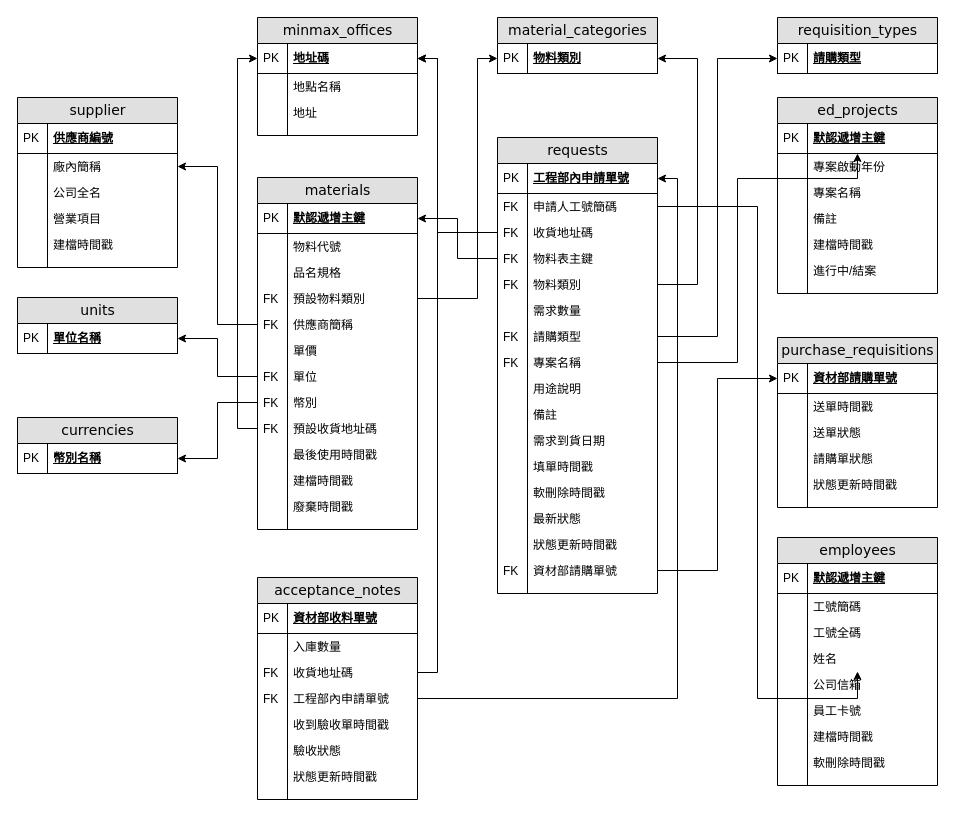
The draw.io diagram ERD.drawio in funwilliam/PurchasePilot, before the edit. Source tidied: cells renumbered, new cells numbered last; positions are measured from the earlier drawing's top-left corner, leaving out a move shared by most shapes. Both pictures are drawn from the tidied source at 100%, with x=0, y=0 at pixel (17, 17).
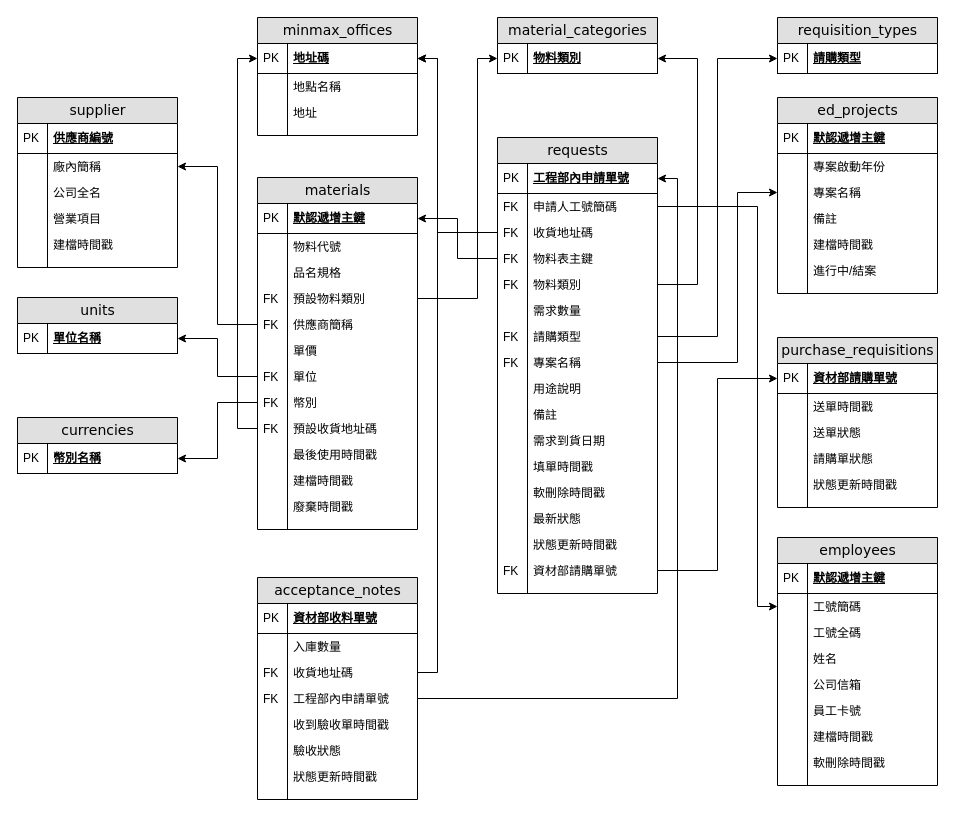
The same diagram, later.

The change refers to these unchanged cells:
```xml
<mxCell id="12" value="默認遞增主鍵" style="shape=partialRectangle;top=0;left=0;right=0;bottom=1;html=1;align=left;verticalAlign=middle;fillColor=none;spacingLeft=34;spacingRight=4;whiteSpace=wrap;overflow=hidden;points=[[0,0.5],[1,0.5]];portConstraint=eastwest;fontStyle=5;" parent="11" vertex="1">
  <mxGeometry y="26" width="160" height="30" as="geometry" />
</mxCell>
<mxCell id="16" value="專案名稱" style="shape=partialRectangle;top=0;left=0;right=0;bottom=0;html=1;align=left;verticalAlign=top;fillColor=none;spacingLeft=34;spacingRight=4;whiteSpace=wrap;overflow=hidden;points=[[0,0.5],[1,0.5]];portConstraint=eastwest;" parent="11" vertex="1">
  <mxGeometry y="82" width="160" height="26" as="geometry" />
</mxCell>
<mxCell id="111" value="申請人工號簡碼" style="shape=partialRectangle;top=0;left=0;right=0;bottom=0;html=1;align=left;verticalAlign=top;fillColor=none;spacingLeft=34;spacingRight=4;whiteSpace=wrap;overflow=hidden;points=[[0,0.5],[1,0.5]];portConstraint=eastwest;" parent="108" vertex="1">
  <mxGeometry y="56" width="160" height="26" as="geometry" />
</mxCell>
<mxCell id="123" value="專案名稱" style="shape=partialRectangle;top=0;left=0;right=0;bottom=0;html=1;align=left;verticalAlign=top;fillColor=none;spacingLeft=34;spacingRight=4;whiteSpace=wrap;overflow=hidden;points=[[0,0.5],[1,0.5]];portConstraint=eastwest;" parent="108" vertex="1">
  <mxGeometry y="212" width="160" height="26" as="geometry" />
</mxCell>
<mxCell id="159" value="工號簡碼" style="shape=partialRectangle;top=0;left=0;right=0;bottom=0;html=1;align=left;verticalAlign=top;fillColor=none;spacingLeft=34;spacingRight=4;whiteSpace=wrap;overflow=hidden;points=[[0,0.5],[1,0.5]];portConstraint=eastwest;" parent="156" vertex="1">
  <mxGeometry y="56" width="160" height="26" as="geometry" />
</mxCell>
<mxCell id="163" value="姓名" style="shape=partialRectangle;top=0;left=0;right=0;bottom=0;html=1;align=left;verticalAlign=top;fillColor=none;spacingLeft=34;spacingRight=4;whiteSpace=wrap;overflow=hidden;points=[[0,0.5],[1,0.5]];portConstraint=eastwest;" parent="156" vertex="1">
  <mxGeometry y="108" width="160" height="26" as="geometry" />
</mxCell>
```

Diff of the diagram source:
```diff
@@
-    <mxCell id="152" style="edgeStyle=orthogonalEdgeStyle;rounded=0;jettySize=auto;html=1;" parent="1" edge="1" source="123" target="12">
-      <mxGeometry relative="1" as="geometry">
-        <Array as="points">
-          <mxPoint x="720" y="345" />
-          <mxPoint x="720" y="161" />
-        </Array>
-      </mxGeometry>
-    </mxCell>
@@
-    <mxCell id="175" style="edgeStyle=orthogonalEdgeStyle;rounded=0;jettySize=auto;html=1;" parent="1" edge="1" source="111" target="163">
-      <mxGeometry relative="1" as="geometry">
-        <Array as="points">
-          <mxPoint x="740" y="189" />
-          <mxPoint x="740" y="681" />
-        </Array>
-      </mxGeometry>
-    </mxCell>
+    <mxCell id="176" style="edgeStyle=orthogonalEdgeStyle;rounded=0;jettySize=auto;html=1;" parent="1" edge="1" source="111" target="159">
+      <mxGeometry relative="1" as="geometry">
+        <Array as="points">
+          <mxPoint x="740" y="189" />
+          <mxPoint x="740" y="589" />
+        </Array>
+      </mxGeometry>
+    </mxCell>
+    <mxCell id="177" style="edgeStyle=orthogonalEdgeStyle;rounded=0;jettySize=auto;html=1;" parent="1" edge="1" source="123" target="16">
+      <mxGeometry relative="1" as="geometry">
+        <Array as="points">
+          <mxPoint x="720" y="345" />
+          <mxPoint x="720" y="175" />
+        </Array>
+      </mxGeometry>
+    </mxCell>
```
